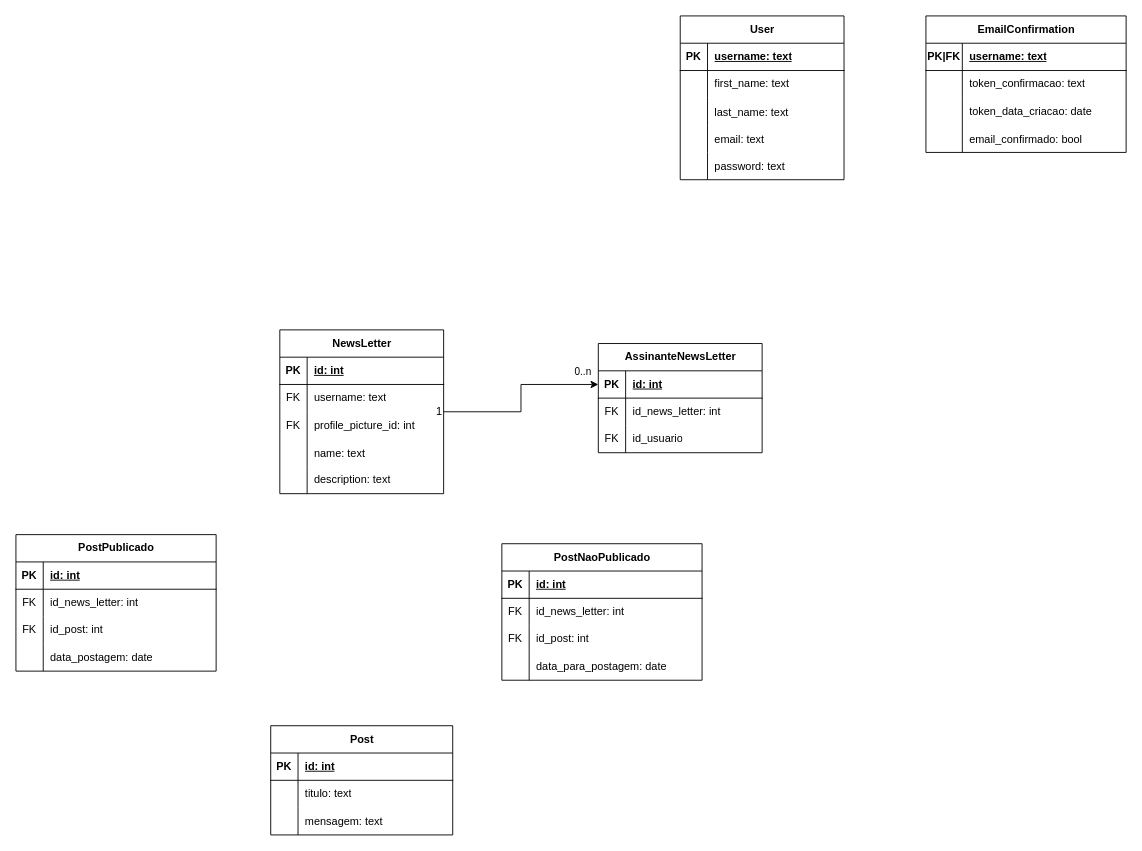
Before: Backend/docs/modelo relacional/modelo_relacional.drawio in miqueiassggarcia/YourNewsletter, a draw.io diagram. Source tidied: cells renumbered, new cells numbered last; positions are measured from the earlier drawing's top-left corner, leaving out a move shared by most shapes. Both pictures are drawn from the tidied source at 91%, with x=0, y=0 at pixel (15, 15).
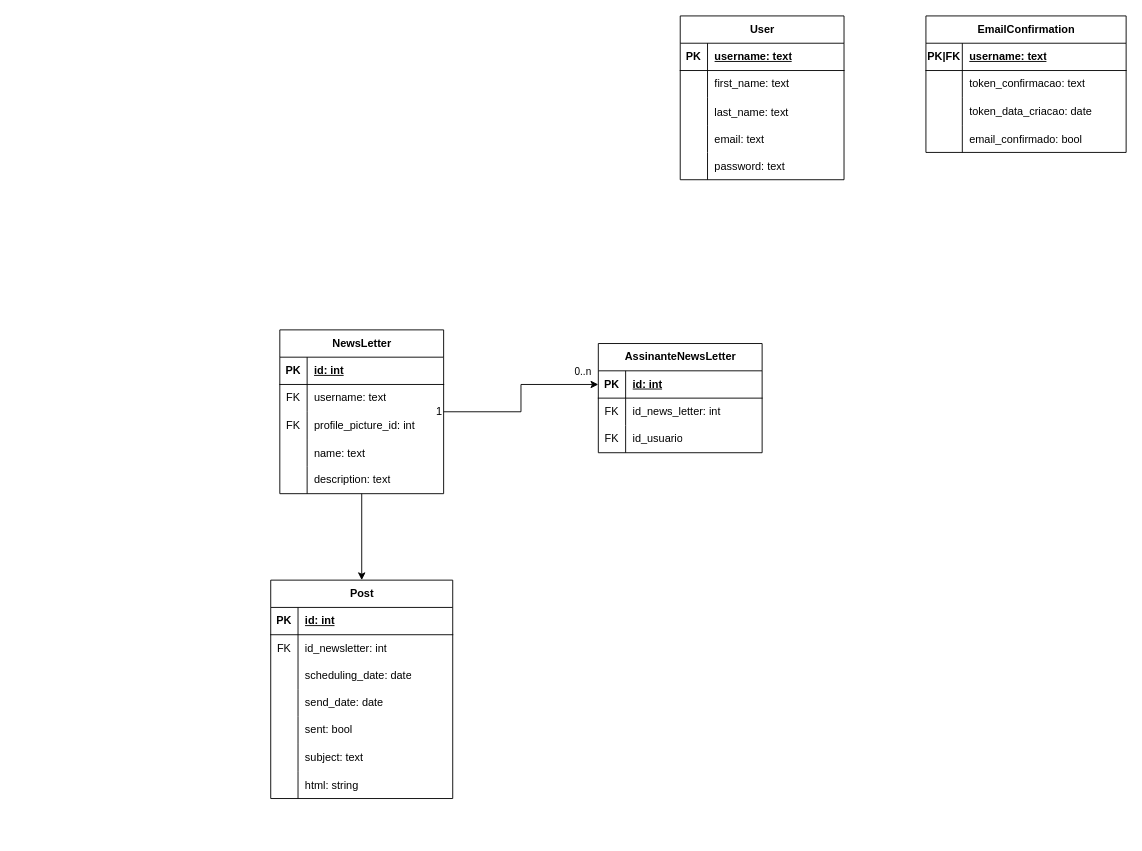
The same page after the edit.

Commit message (it also covers changes not shown here):
criação da tabela Post

The change refers to these unchanged cells:
```xml
<mxCell id="17" value="NewsLetter" style="shape=table;startSize=30;childLayout=tableLayout;rowLines=0;fontStyle=1;align=center;html=1;" parent="1" vertex="1">
  <mxGeometry x="290" y="345" width="180" height="180" as="geometry" />
</mxCell>
<mxCell id="47" style="shape=tableRow;horizontal=0;startSize=0;swimlaneHead=0;swimlaneBody=0;fillColor=none;top=0;left=0;right=0;bottom=0;" parent="43" vertex="1">
  <mxGeometry y="60" width="200" height="30" as="geometry" />
</mxCell>
```

What changed in the source:
```diff
@@
+    <mxCell id="96" style="edgeStyle=orthogonalEdgeStyle;rounded=0;jettySize=auto;html=1;entryX=0.5;entryY=0;entryDx=0;entryDy=0;" parent="1" edge="1" source="17" target="43">
+      <mxGeometry relative="1" as="geometry" />
+    </mxCell>
@@
     <mxCell id="43" value="Post" style="shape=table;startSize=30;childLayout=tableLayout;rowLines=0;fontStyle=1;align=center;html=1;" parent="1" vertex="1">
-      <mxGeometry x="280" y="780" width="200" height="120" as="geometry" />
+      <mxGeometry x="280" y="620" width="200" height="240" as="geometry" />
     </mxCell>
@@
-    <mxCell id="48" style="shape=partialRectangle;fillColor=none;top=0;left=0;bottom=0;right=0;overflow=hidden;whiteSpace=wrap;html=1;" parent="47" vertex="1">
+    <mxCell id="48" value="FK" style="shape=partialRectangle;fillColor=none;top=0;left=0;bottom=0;right=0;overflow=hidden;whiteSpace=wrap;html=1;" parent="47" vertex="1">
       <mxGeometry width="30" height="30" as="geometry" />
     </mxCell>
-    <mxCell id="49" value="titulo: text" style="shape=partialRectangle;fillColor=none;top=0;left=0;bottom=0;right=0;align=left;spacingLeft=6;overflow=hidden;whiteSpace=wrap;html=1;" parent="47" vertex="1">
+    <mxCell id="49" value="id_newsletter: int" style="shape=partialRectangle;fillColor=none;top=0;left=0;bottom=0;right=0;align=left;spacingLeft=6;overflow=hidden;whiteSpace=wrap;html=1;" parent="47" vertex="1">
       <mxGeometry x="30" width="170" height="30" as="geometry" />
     </mxCell>
+    <mxCell id="97" style="shape=tableRow;horizontal=0;startSize=0;swimlaneHead=0;swimlaneBody=0;fillColor=none;top=0;left=0;right=0;bottom=0;" parent="43" vertex="1">
+      <mxGeometry y="90" width="200" height="30" as="geometry" />
+    </mxCell>
+    <mxCell id="98" style="shape=partialRectangle;fillColor=none;top=0;left=0;bottom=0;right=0;overflow=hidden;whiteSpace=wrap;html=1;" parent="97" vertex="1">
+      <mxGeometry width="30" height="30" as="geometry" />
+    </mxCell>
+    <mxCell id="99" value="scheduling_date: date" style="shape=partialRectangle;fillColor=none;top=0;left=0;bottom=0;right=0;align=left;spacingLeft=6;overflow=hidden;whiteSpace=wrap;html=1;" parent="97" vertex="1">
+      <mxGeometry x="30" width="170" height="30" as="geometry" />
+    </mxCell>
+    <mxCell id="100" style="shape=tableRow;horizontal=0;startSize=0;swimlaneHead=0;swimlaneBody=0;fillColor=none;top=0;left=0;right=0;bottom=0;" parent="43" vertex="1">
+      <mxGeometry y="120" width="200" height="30" as="geometry" />
+    </mxCell>
+    <mxCell id="101" style="shape=partialRectangle;fillColor=none;top=0;left=0;bottom=0;right=0;overflow=hidden;whiteSpace=wrap;html=1;" parent="100" vertex="1">
+      <mxGeometry width="30" height="30" as="geometry" />
+    </mxCell>
+    <mxCell id="102" value="send_date: date" style="shape=partialRectangle;fillColor=none;top=0;left=0;bottom=0;right=0;align=left;spacingLeft=6;overflow=hidden;whiteSpace=wrap;html=1;" parent="100" vertex="1">
+      <mxGeometry x="30" width="170" height="30" as="geometry" />
+    </mxCell>
+    <mxCell id="103" style="shape=tableRow;horizontal=0;startSize=0;swimlaneHead=0;swimlaneBody=0;fillColor=none;top=0;left=0;right=0;bottom=0;" parent="43" vertex="1">
+      <mxGeometry y="150" width="200" height="30" as="geometry" />
+    </mxCell>
+    <mxCell id="104" style="shape=partialRectangle;fillColor=none;top=0;left=0;bottom=0;right=0;overflow=hidden;whiteSpace=wrap;html=1;" parent="103" vertex="1">
+      <mxGeometry width="30" height="30" as="geometry" />
+    </mxCell>
+    <mxCell id="105" value="sent: bool" style="shape=partialRectangle;fillColor=none;top=0;left=0;bottom=0;right=0;align=left;spacingLeft=6;overflow=hidden;whiteSpace=wrap;html=1;" parent="103" vertex="1">
+      <mxGeometry x="30" width="170" height="30" as="geometry" />
+    </mxCell>
+    <mxCell id="106" style="shape=tableRow;horizontal=0;startSize=0;swimlaneHead=0;swimlaneBody=0;fillColor=none;top=0;left=0;right=0;bottom=0;" parent="43" vertex="1">
+      <mxGeometry y="180" width="200" height="30" as="geometry" />
+    </mxCell>
+    <mxCell id="107" style="shape=partialRectangle;fillColor=none;top=0;left=0;bottom=0;right=0;overflow=hidden;whiteSpace=wrap;html=1;" parent="106" vertex="1">
+      <mxGeometry width="30" height="30" as="geometry" />
+    </mxCell>
+    <mxCell id="108" value="subject: text" style="shape=partialRectangle;fillColor=none;top=0;left=0;bottom=0;right=0;align=left;spacingLeft=6;overflow=hidden;whiteSpace=wrap;html=1;" parent="106" vertex="1">
+      <mxGeometry x="30" width="170" height="30" as="geometry" />
+    </mxCell>
     <mxCell id="50" style="shape=tableRow;horizontal=0;startSize=0;swimlaneHead=0;swimlaneBody=0;fillColor=none;top=0;left=0;right=0;bottom=0;" parent="43" vertex="1">
-      <mxGeometry y="90" width="200" height="30" as="geometry" />
+      <mxGeometry y="210" width="200" height="30" as="geometry" />
     </mxCell>
@@
-    <mxCell id="52" value="mensagem: text" style="shape=partialRectangle;fillColor=none;top=0;left=0;bottom=0;right=0;align=left;spacingLeft=6;overflow=hidden;" parent="50" vertex="1">
+    <mxCell id="52" value="html: string" style="shape=partialRectangle;fillColor=none;top=0;left=0;bottom=0;right=0;align=left;spacingLeft=6;overflow=hidden;" parent="50" vertex="1">
       <mxGeometry x="30" width="170" height="30" as="geometry" />
     </mxCell>
-    <mxCell id="53" value="PostPublicado" style="shape=table;startSize=30;childLayout=tableLayout;rowLines=0;fontStyle=1;align=center;html=1;" parent="1" vertex="1">
-      <mxGeometry y="570" width="220" height="150" as="geometry" />
-    </mxCell>
-    <mxCell id="54" style="shape=tableRow;horizontal=0;startSize=0;swimlaneHead=0;swimlaneBody=0;fillColor=none;top=0;left=0;right=0;bottom=1;" parent="53" vertex="1">
-      <mxGeometry y="30" width="220" height="30" as="geometry" />
-    </mxCell>
-    <mxCell id="55" value="PK" style="shape=partialRectangle;fillColor=none;top=0;left=0;bottom=0;right=0;fontStyle=1;overflow=hidden;whiteSpace=wrap;html=1;" parent="54" vertex="1">
-      <mxGeometry width="30" height="30" as="geometry" />
-    </mxCell>
-    <mxCell id="56" value="id: int" style="shape=partialRectangle;fillColor=none;top=0;left=0;bottom=0;right=0;align=left;spacingLeft=6;fontStyle=5;overflow=hidden;whiteSpace=wrap;html=1;" parent="54" vertex="1">
-      <mxGeometry x="30" width="190" height="30" as="geometry" />
-    </mxCell>
-    <mxCell id="57" style="shape=tableRow;horizontal=0;startSize=0;swimlaneHead=0;swimlaneBody=0;fillColor=none;top=0;left=0;right=0;bottom=0;" parent="53" vertex="1">
-      <mxGeometry y="60" width="220" height="30" as="geometry" />
-    </mxCell>
-    <mxCell id="58" value="FK" style="shape=partialRectangle;fillColor=none;top=0;left=0;bottom=0;right=0;overflow=hidden;whiteSpace=wrap;html=1;" parent="57" vertex="1">
-      <mxGeometry width="30" height="30" as="geometry" />
-    </mxCell>
-    <mxCell id="59" value="id_news_letter: int" style="shape=partialRectangle;fillColor=none;top=0;left=0;bottom=0;right=0;align=left;spacingLeft=6;overflow=hidden;whiteSpace=wrap;html=1;" parent="57" vertex="1">
-      <mxGeometry x="30" width="190" height="30" as="geometry" />
-    </mxCell>
-    <mxCell id="60" style="shape=tableRow;horizontal=0;startSize=0;swimlaneHead=0;swimlaneBody=0;fillColor=none;top=0;left=0;right=0;bottom=0;" parent="53" vertex="1">
-      <mxGeometry y="90" width="220" height="30" as="geometry" />
-    </mxCell>
-    <mxCell id="61" value="FK" style="shape=partialRectangle;fillColor=none;top=0;left=0;bottom=0;right=0;overflow=hidden;whiteSpace=wrap;html=1;" parent="60" vertex="1">
-      <mxGeometry width="30" height="30" as="geometry" />
-    </mxCell>
-    <mxCell id="62" value="id_post: int" style="shape=partialRectangle;fillColor=none;top=0;left=0;bottom=0;right=0;align=left;spacingLeft=6;overflow=hidden;whiteSpace=wrap;html=1;" parent="60" vertex="1">
-      <mxGeometry x="30" width="190" height="30" as="geometry" />
-    </mxCell>
-    <mxCell id="63" style="shape=tableRow;horizontal=0;startSize=0;swimlaneHead=0;swimlaneBody=0;fillColor=none;top=0;left=0;right=0;bottom=0;" parent="53" vertex="1">
-      <mxGeometry y="120" width="220" height="30" as="geometry" />
-    </mxCell>
-    <mxCell id="64" style="shape=partialRectangle;fillColor=none;top=0;left=0;bottom=0;right=0;overflow=hidden;whiteSpace=wrap;html=1;" parent="63" vertex="1">
-      <mxGeometry width="30" height="30" as="geometry" />
-    </mxCell>
-    <mxCell id="65" value="data_postagem: date" style="shape=partialRectangle;fillColor=none;top=0;left=0;bottom=0;right=0;align=left;spacingLeft=6;overflow=hidden;whiteSpace=wrap;html=1;" parent="63" vertex="1">
-      <mxGeometry x="30" width="190" height="30" as="geometry" />
-    </mxCell>
-    <mxCell id="66" value="PostNaoPublicado" style="shape=table;startSize=30;childLayout=tableLayout;rowLines=0;fontStyle=1;align=center;html=1;" parent="1" vertex="1">
-      <mxGeometry x="534" y="580" width="220" height="150" as="geometry" />
-    </mxCell>
-    <mxCell id="67" style="shape=tableRow;horizontal=0;startSize=0;swimlaneHead=0;swimlaneBody=0;fillColor=none;top=0;left=0;right=0;bottom=1;" parent="66" vertex="1">
-      <mxGeometry y="30" width="220" height="30" as="geometry" />
-    </mxCell>
-    <mxCell id="68" value="PK" style="shape=partialRectangle;fillColor=none;top=0;left=0;bottom=0;right=0;fontStyle=1;overflow=hidden;whiteSpace=wrap;html=1;" parent="67" vertex="1">
-      <mxGeometry width="30" height="30" as="geometry" />
-    </mxCell>
-    <mxCell id="69" value="id: int" style="shape=partialRectangle;fillColor=none;top=0;left=0;bottom=0;right=0;align=left;spacingLeft=6;fontStyle=5;overflow=hidden;whiteSpace=wrap;html=1;" parent="67" vertex="1">
-      <mxGeometry x="30" width="190" height="30" as="geometry" />
-    </mxCell>
-    <mxCell id="70" style="shape=tableRow;horizontal=0;startSize=0;swimlaneHead=0;swimlaneBody=0;fillColor=none;top=0;left=0;right=0;bottom=0;" parent="66" vertex="1">
-      <mxGeometry y="60" width="220" height="30" as="geometry" />
-    </mxCell>
-    <mxCell id="71" value="FK" style="shape=partialRectangle;fillColor=none;top=0;left=0;bottom=0;right=0;overflow=hidden;whiteSpace=wrap;html=1;" parent="70" vertex="1">
-      <mxGeometry width="30" height="30" as="geometry" />
-    </mxCell>
-    <mxCell id="72" value="id_news_letter: int" style="shape=partialRectangle;fillColor=none;top=0;left=0;bottom=0;right=0;align=left;spacingLeft=6;overflow=hidden;whiteSpace=wrap;html=1;" parent="70" vertex="1">
-      <mxGeometry x="30" width="190" height="30" as="geometry" />
-    </mxCell>
-    <mxCell id="73" style="shape=tableRow;horizontal=0;startSize=0;swimlaneHead=0;swimlaneBody=0;fillColor=none;top=0;left=0;right=0;bottom=0;" parent="66" vertex="1">
-      <mxGeometry y="90" width="220" height="30" as="geometry" />
-    </mxCell>
-    <mxCell id="74" value="FK" style="shape=partialRectangle;fillColor=none;top=0;left=0;bottom=0;right=0;overflow=hidden;whiteSpace=wrap;html=1;" parent="73" vertex="1">
-      <mxGeometry width="30" height="30" as="geometry" />
-    </mxCell>
-    <mxCell id="75" value="id_post: int" style="shape=partialRectangle;fillColor=none;top=0;left=0;bottom=0;right=0;align=left;spacingLeft=6;overflow=hidden;whiteSpace=wrap;html=1;" parent="73" vertex="1">
-      <mxGeometry x="30" width="190" height="30" as="geometry" />
-    </mxCell>
-    <mxCell id="76" style="shape=tableRow;horizontal=0;startSize=0;swimlaneHead=0;swimlaneBody=0;fillColor=none;top=0;left=0;right=0;bottom=0;" parent="66" vertex="1">
-      <mxGeometry y="120" width="220" height="30" as="geometry" />
-    </mxCell>
-    <mxCell id="77" style="shape=partialRectangle;fillColor=none;top=0;left=0;bottom=0;right=0;overflow=hidden;whiteSpace=wrap;html=1;" parent="76" vertex="1">
-      <mxGeometry width="30" height="30" as="geometry" />
-    </mxCell>
-    <mxCell id="78" value="data_para_postagem: date" style="shape=partialRectangle;fillColor=none;top=0;left=0;bottom=0;right=0;align=left;spacingLeft=6;overflow=hidden;whiteSpace=wrap;html=1;" parent="76" vertex="1">
-      <mxGeometry x="30" width="190" height="30" as="geometry" />
-    </mxCell>
```
